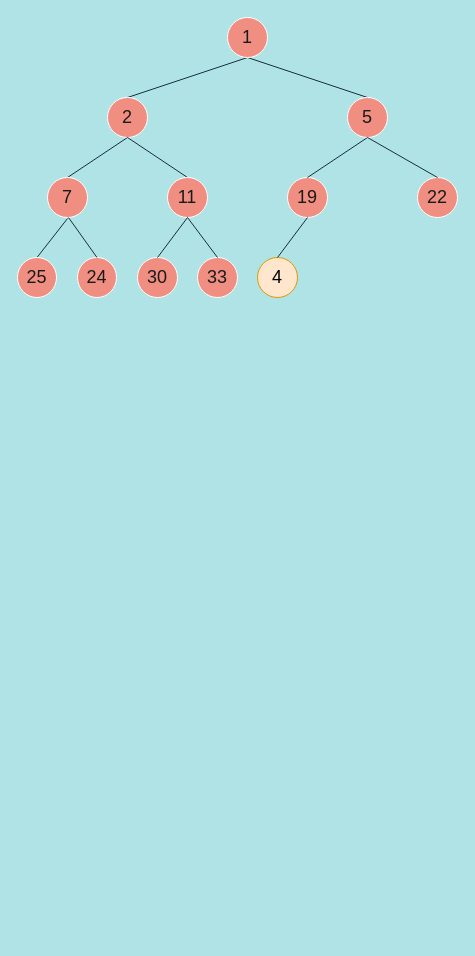
Christings/wechat keeps this draw.io diagram as page "Page-8" (8 of 8) of tree/tree.drawio. Above is the earlier version. Source tidied: cells renumbered, new cells numbered last; positions are measured from the earlier drawing's top-left corner, leaving out a move shared by most shapes. Both pictures are drawn from the tidied source at 100%, with x=0, y=0 at pixel (17, 17).
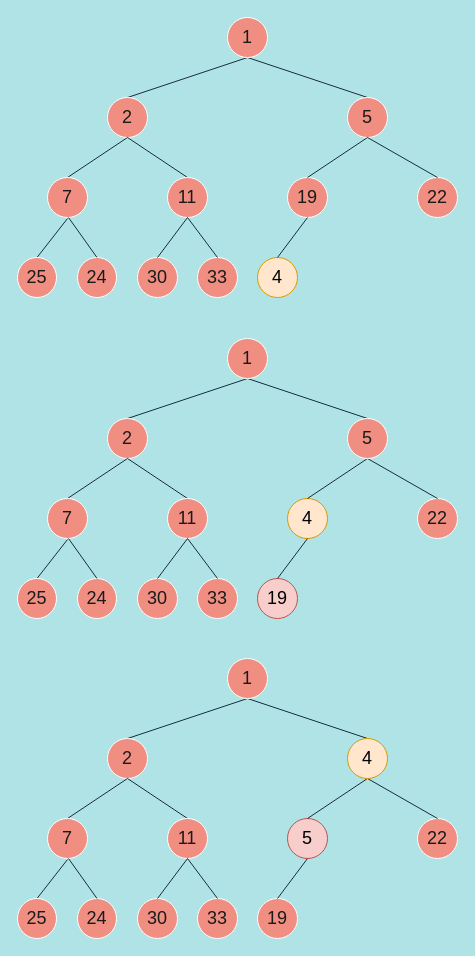
The same diagram, later.

The change refers to these unchanged cells:
```xml
<mxCell id="5" value="2" style="ellipse;whiteSpace=wrap;html=1;fontSize=18;fillColor=#F08E81;strokeColor=#FFFFFF;fontColor=#1A1A1A;rounded=1;" parent="1" vertex="1">
  <mxGeometry x="90" y="80" width="40" height="40" as="geometry" />
</mxCell>
<mxCell id="6" value="&lt;font style=&quot;font-size: 18px&quot;&gt;5&lt;/font&gt;" style="ellipse;whiteSpace=wrap;html=1;fontSize=18;fillColor=#F08E81;strokeColor=#FFFFFF;fontColor=#1A1A1A;rounded=1;" parent="1" vertex="1">
  <mxGeometry x="330" y="80" width="40" height="40" as="geometry" />
</mxCell>
<mxCell id="9" value="11" style="ellipse;whiteSpace=wrap;html=1;fontSize=18;fillColor=#F08E81;strokeColor=#FFFFFF;fontColor=#1A1A1A;rounded=1;" parent="1" vertex="1">
  <mxGeometry x="150" y="160" width="40" height="40" as="geometry" />
</mxCell>
<mxCell id="10" value="7" style="ellipse;whiteSpace=wrap;html=1;fontSize=18;fillColor=#F08E81;strokeColor=#FFFFFF;fontColor=#1A1A1A;rounded=1;" parent="1" vertex="1">
  <mxGeometry x="30" y="160" width="40" height="40" as="geometry" />
</mxCell>
<mxCell id="12" value="22" style="ellipse;whiteSpace=wrap;html=1;fontSize=18;fillColor=#F08E81;strokeColor=#FFFFFF;fontColor=#1A1A1A;rounded=1;" parent="1" vertex="1">
  <mxGeometry x="400" y="160" width="40" height="40" as="geometry" />
</mxCell>
<mxCell id="21" value="33" style="ellipse;whiteSpace=wrap;html=1;fontSize=18;fillColor=#F08E81;strokeColor=#FFFFFF;fontColor=#1A1A1A;rounded=1;" parent="1" vertex="1">
  <mxGeometry x="180" y="240" width="40" height="40" as="geometry" />
</mxCell>
```

The edit, as a diff of the source:
```diff
@@
-    <mxCell id="7" style="endArrow=none;html=1;exitX=0.5;exitY=0;exitDx=0;exitDy=0;fontSize=18;strokeColor=#182E3E;fontColor=#1A1A1A;labelBackgroundColor=#B0E3E6;entryX=0.5;entryY=1;entryDx=0;entryDy=0;" parent="1" edge="1" source="10" target="5">
+    <mxCell id="7" style="endArrow=none;html=1;exitX=0.5;exitY=0;exitDx=0;exitDy=0;fontSize=18;strokeColor=#182E3E;fontColor=#1A1A1A;entryX=0.5;entryY=1;entryDx=0;entryDy=0;labelBackgroundColor=#B0E3E6;" parent="1" edge="1" source="10" target="5">
       <mxGeometry relative="1" as="geometry" />
     </mxCell>
@@
-    <mxCell id="14" style="endArrow=none;html=1;exitX=0.5;exitY=0;exitDx=0;exitDy=0;fontSize=18;strokeColor=#182E3E;fontColor=#1A1A1A;labelBackgroundColor=#B0E3E6;entryX=0.5;entryY=1;entryDx=0;entryDy=0;" parent="1" edge="1" source="12" target="6">
+    <mxCell id="14" style="endArrow=none;html=1;exitX=0.5;exitY=0;exitDx=0;exitDy=0;fontSize=18;strokeColor=#182E3E;fontColor=#1A1A1A;entryX=0.5;entryY=1;entryDx=0;entryDy=0;labelBackgroundColor=#B0E3E6;" parent="1" edge="1" source="12" target="6">
       <mxGeometry relative="1" as="geometry" />
     </mxCell>
@@
-    <mxCell id="22" style="endArrow=none;html=1;exitX=0.5;exitY=0;exitDx=0;exitDy=0;fontSize=18;strokeColor=#182E3E;fontColor=#1A1A1A;labelBackgroundColor=#B0E3E6;entryX=0.5;entryY=1;entryDx=0;entryDy=0;" parent="1" edge="1" source="21" target="9">
+    <mxCell id="22" style="endArrow=none;html=1;exitX=0.5;exitY=0;exitDx=0;exitDy=0;fontSize=18;strokeColor=#182E3E;fontColor=#1A1A1A;entryX=0.5;entryY=1;entryDx=0;entryDy=0;labelBackgroundColor=#B0E3E6;" parent="1" edge="1" source="21" target="9">
       <mxGeometry relative="1" as="geometry" />
     </mxCell>
@@
+    <mxCell id="26" style="edgeStyle=orthogonalEdgeStyle;orthogonalLoop=1;jettySize=auto;html=1;exitX=0.5;exitY=1;exitDx=0;exitDy=0;fontSize=18;strokeColor=#182E3E;fontColor=#1A1A1A;labelBackgroundColor=#B0E3E6;" parent="1" edge="1">
+      <mxGeometry relative="1" as="geometry">
+        <mxPoint x="315" y="381" as="sourcePoint" />
+        <mxPoint x="315" y="381" as="targetPoint" />
+      </mxGeometry>
+    </mxCell>
+    <mxCell id="27" style="endArrow=none;html=1;exitX=0.5;exitY=0;exitDx=0;exitDy=0;entryX=0.5;entryY=1;entryDx=0;entryDy=0;fontSize=18;strokeColor=#182E3E;fontColor=#1A1A1A;labelBackgroundColor=#B0E3E6;" parent="1" edge="1" source="29" target="38">
+      <mxGeometry relative="1" as="geometry" />
+    </mxCell>
+    <mxCell id="28" style="endArrow=none;html=1;exitX=0.5;exitY=0;exitDx=0;exitDy=0;fontSize=18;strokeColor=#182E3E;fontColor=#1A1A1A;labelBackgroundColor=#B0E3E6;" parent="1" edge="1" source="49">
+      <mxGeometry relative="1" as="geometry">
+        <mxPoint x="230" y="361" as="targetPoint" />
+      </mxGeometry>
+    </mxCell>
+    <mxCell id="29" value="2" style="ellipse;whiteSpace=wrap;html=1;fontSize=18;fillColor=#F08E81;strokeColor=#FFFFFF;fontColor=#1A1A1A;rounded=1;" parent="1" vertex="1">
+      <mxGeometry x="90" y="401" width="40" height="40" as="geometry" />
+    </mxCell>
+    <mxCell id="30" style="endArrow=none;html=1;exitX=0.5;exitY=0;exitDx=0;exitDy=0;fontSize=18;strokeColor=#182E3E;fontColor=#1A1A1A;entryX=0.5;entryY=1;entryDx=0;entryDy=0;labelBackgroundColor=#B0E3E6;" parent="1" edge="1" source="33" target="29">
+      <mxGeometry relative="1" as="geometry" />
+    </mxCell>
+    <mxCell id="31" style="endArrow=none;html=1;entryX=0.5;entryY=1;entryDx=0;entryDy=0;exitX=0.5;exitY=0;exitDx=0;exitDy=0;fontSize=18;strokeColor=#182E3E;fontColor=#1A1A1A;labelBackgroundColor=#B0E3E6;" parent="1" edge="1" source="32" target="29">
+      <mxGeometry relative="1" as="geometry" />
+    </mxCell>
+    <mxCell id="32" value="11" style="ellipse;whiteSpace=wrap;html=1;fontSize=18;fillColor=#F08E81;strokeColor=#FFFFFF;fontColor=#1A1A1A;rounded=1;" parent="1" vertex="1">
+      <mxGeometry x="150" y="481" width="40" height="40" as="geometry" />
+    </mxCell>
+    <mxCell id="33" value="7" style="ellipse;whiteSpace=wrap;html=1;fontSize=18;fillColor=#F08E81;strokeColor=#FFFFFF;fontColor=#1A1A1A;rounded=1;" parent="1" vertex="1">
+      <mxGeometry x="30" y="481" width="40" height="40" as="geometry" />
+    </mxCell>
+    <mxCell id="34" value="4" style="ellipse;whiteSpace=wrap;html=1;fontSize=18;fillColor=#ffe6cc;strokeColor=#d79b00;rounded=1;" parent="1" vertex="1">
+      <mxGeometry x="270" y="481" width="40" height="40" as="geometry" />
+    </mxCell>
+    <mxCell id="35" value="22" style="ellipse;whiteSpace=wrap;html=1;fontSize=18;fillColor=#F08E81;strokeColor=#FFFFFF;fontColor=#1A1A1A;rounded=1;" parent="1" vertex="1">
+      <mxGeometry x="400" y="481" width="40" height="40" as="geometry" />
+    </mxCell>
+    <mxCell id="36" style="endArrow=none;html=1;entryX=0.5;entryY=1;entryDx=0;entryDy=0;exitX=0.5;exitY=0;exitDx=0;exitDy=0;fontSize=18;strokeColor=#182E3E;fontColor=#1A1A1A;labelBackgroundColor=#B0E3E6;" parent="1" edge="1" source="34" target="49">
+      <mxGeometry relative="1" as="geometry" />
+    </mxCell>
+    <mxCell id="37" style="endArrow=none;html=1;exitX=0.5;exitY=0;exitDx=0;exitDy=0;fontSize=18;strokeColor=#182E3E;fontColor=#1A1A1A;entryX=0.5;entryY=1;entryDx=0;entryDy=0;labelBackgroundColor=#B0E3E6;" parent="1" edge="1" source="35" target="49">
+      <mxGeometry relative="1" as="geometry" />
+    </mxCell>
+    <mxCell id="38" value="&lt;font style=&quot;font-size: 18px&quot;&gt;1&lt;/font&gt;" style="ellipse;whiteSpace=wrap;html=1;fontSize=18;fillColor=#F08E81;strokeColor=#FFFFFF;fontColor=#1A1A1A;rounded=1;" parent="1" vertex="1">
+      <mxGeometry x="210" y="321" width="40" height="40" as="geometry" />
+    </mxCell>
+    <mxCell id="39" style="endArrow=none;html=1;exitX=0.5;exitY=0;exitDx=0;exitDy=0;fontSize=18;strokeColor=#182E3E;fontColor=#1A1A1A;labelBackgroundColor=#B0E3E6;" parent="1" edge="1" source="40">
+      <mxGeometry relative="1" as="geometry">
+        <mxPoint x="50" y="522" as="targetPoint" />
+      </mxGeometry>
+    </mxCell>
+    <mxCell id="40" value="25" style="ellipse;whiteSpace=wrap;html=1;fontSize=18;fillColor=#F08E81;strokeColor=#FFFFFF;fontColor=#1A1A1A;rounded=1;" parent="1" vertex="1">
+      <mxGeometry y="561" width="39" height="40" as="geometry" />
+    </mxCell>
+    <mxCell id="41" value="24" style="ellipse;whiteSpace=wrap;html=1;fontSize=18;fillColor=#F08E81;strokeColor=#FFFFFF;fontColor=#1A1A1A;rounded=1;" parent="1" vertex="1">
+      <mxGeometry x="60" y="561" width="39" height="40" as="geometry" />
+    </mxCell>
+    <mxCell id="42" style="endArrow=none;html=1;entryX=0.5;entryY=1;entryDx=0;entryDy=0;exitX=0.5;exitY=0;exitDx=0;exitDy=0;fontSize=18;strokeColor=#182E3E;fontColor=#1A1A1A;labelBackgroundColor=#B0E3E6;" parent="1" edge="1" source="41">
+      <mxGeometry relative="1" as="geometry">
+        <mxPoint x="51" y="521" as="targetPoint" />
+      </mxGeometry>
+    </mxCell>
+    <mxCell id="43" value="30" style="ellipse;whiteSpace=wrap;html=1;fontSize=18;fillColor=#F08E81;strokeColor=#FFFFFF;fontColor=#1A1A1A;rounded=1;" parent="1" vertex="1">
+      <mxGeometry x="120" y="561" width="40" height="40" as="geometry" />
+    </mxCell>
+    <mxCell id="44" value="33" style="ellipse;whiteSpace=wrap;html=1;fontSize=18;fillColor=#F08E81;strokeColor=#FFFFFF;fontColor=#1A1A1A;rounded=1;" parent="1" vertex="1">
+      <mxGeometry x="180" y="561" width="40" height="40" as="geometry" />
+    </mxCell>
+    <mxCell id="45" style="endArrow=none;html=1;exitX=0.5;exitY=0;exitDx=0;exitDy=0;fontSize=18;strokeColor=#182E3E;fontColor=#1A1A1A;entryX=0.5;entryY=1;entryDx=0;entryDy=0;labelBackgroundColor=#B0E3E6;" parent="1" edge="1" source="44" target="32">
+      <mxGeometry relative="1" as="geometry" />
+    </mxCell>
+    <mxCell id="46" style="endArrow=none;html=1;exitX=0.5;exitY=0;exitDx=0;exitDy=0;fontSize=18;strokeColor=#182E3E;fontColor=#1A1A1A;labelBackgroundColor=#B0E3E6;" parent="1" edge="1" source="43">
+      <mxGeometry relative="1" as="geometry">
+        <mxPoint x="170" y="521" as="targetPoint" />
+      </mxGeometry>
+    </mxCell>
+    <mxCell id="47" value="19" style="ellipse;whiteSpace=wrap;html=1;fontSize=18;fillColor=#f8cecc;strokeColor=#b85450;rounded=1;" parent="1" vertex="1">
+      <mxGeometry x="240" y="561" width="40" height="40" as="geometry" />
+    </mxCell>
+    <mxCell id="48" style="endArrow=none;html=1;entryX=0.5;entryY=1;entryDx=0;entryDy=0;exitX=0.5;exitY=0;exitDx=0;exitDy=0;fontSize=18;strokeColor=#182E3E;fontColor=#1A1A1A;labelBackgroundColor=#B0E3E6;" parent="1" edge="1" target="34">
+      <mxGeometry relative="1" as="geometry">
+        <mxPoint x="260" y="561" as="sourcePoint" />
+      </mxGeometry>
+    </mxCell>
+    <mxCell id="49" value="&lt;font style=&quot;font-size: 18px&quot;&gt;5&lt;/font&gt;" style="ellipse;whiteSpace=wrap;html=1;fontSize=18;fillColor=#F08E81;strokeColor=#FFFFFF;fontColor=#1A1A1A;rounded=1;" parent="1" vertex="1">
+      <mxGeometry x="330" y="401" width="40" height="40" as="geometry" />
+    </mxCell>
+    <mxCell id="50" style="edgeStyle=orthogonalEdgeStyle;orthogonalLoop=1;jettySize=auto;html=1;exitX=0.5;exitY=1;exitDx=0;exitDy=0;fontSize=18;strokeColor=#182E3E;fontColor=#1A1A1A;labelBackgroundColor=#B0E3E6;" parent="1" edge="1">
+      <mxGeometry relative="1" as="geometry">
+        <mxPoint x="315" y="701" as="sourcePoint" />
+        <mxPoint x="315" y="701" as="targetPoint" />
+      </mxGeometry>
+    </mxCell>
+    <mxCell id="51" style="endArrow=none;html=1;exitX=0.5;exitY=0;exitDx=0;exitDy=0;entryX=0.5;entryY=1;entryDx=0;entryDy=0;fontSize=18;strokeColor=#182E3E;fontColor=#1A1A1A;labelBackgroundColor=#B0E3E6;" parent="1" edge="1" source="53" target="62">
+      <mxGeometry relative="1" as="geometry" />
+    </mxCell>
+    <mxCell id="52" style="endArrow=none;html=1;exitX=0.5;exitY=0;exitDx=0;exitDy=0;fontSize=18;strokeColor=#182E3E;fontColor=#1A1A1A;labelBackgroundColor=#B0E3E6;" parent="1" edge="1" source="73">
+      <mxGeometry relative="1" as="geometry">
+        <mxPoint x="230" y="681" as="targetPoint" />
+      </mxGeometry>
+    </mxCell>
+    <mxCell id="53" value="2" style="ellipse;whiteSpace=wrap;html=1;fontSize=18;fillColor=#F08E81;strokeColor=#FFFFFF;fontColor=#1A1A1A;rounded=1;" parent="1" vertex="1">
+      <mxGeometry x="90" y="721" width="40" height="40" as="geometry" />
+    </mxCell>
+    <mxCell id="54" style="endArrow=none;html=1;exitX=0.5;exitY=0;exitDx=0;exitDy=0;fontSize=18;strokeColor=#182E3E;fontColor=#1A1A1A;entryX=0.5;entryY=1;entryDx=0;entryDy=0;labelBackgroundColor=#B0E3E6;" parent="1" edge="1" source="57" target="53">
+      <mxGeometry relative="1" as="geometry" />
+    </mxCell>
+    <mxCell id="55" style="endArrow=none;html=1;entryX=0.5;entryY=1;entryDx=0;entryDy=0;exitX=0.5;exitY=0;exitDx=0;exitDy=0;fontSize=18;strokeColor=#182E3E;fontColor=#1A1A1A;labelBackgroundColor=#B0E3E6;" parent="1" edge="1" source="56" target="53">
+      <mxGeometry relative="1" as="geometry" />
+    </mxCell>
+    <mxCell id="56" value="11" style="ellipse;whiteSpace=wrap;html=1;fontSize=18;fillColor=#F08E81;strokeColor=#FFFFFF;fontColor=#1A1A1A;rounded=1;" parent="1" vertex="1">
+      <mxGeometry x="150" y="801" width="40" height="40" as="geometry" />
+    </mxCell>
+    <mxCell id="57" value="7" style="ellipse;whiteSpace=wrap;html=1;fontSize=18;fillColor=#F08E81;strokeColor=#FFFFFF;fontColor=#1A1A1A;rounded=1;" parent="1" vertex="1">
+      <mxGeometry x="30" y="801" width="40" height="40" as="geometry" />
+    </mxCell>
+    <mxCell id="58" value="5" style="ellipse;whiteSpace=wrap;html=1;fontSize=18;fillColor=#f8cecc;strokeColor=#b85450;rounded=1;" parent="1" vertex="1">
+      <mxGeometry x="270" y="801" width="40" height="40" as="geometry" />
+    </mxCell>
+    <mxCell id="59" value="22" style="ellipse;whiteSpace=wrap;html=1;fontSize=18;fillColor=#F08E81;strokeColor=#FFFFFF;fontColor=#1A1A1A;rounded=1;" parent="1" vertex="1">
+      <mxGeometry x="400" y="801" width="40" height="40" as="geometry" />
+    </mxCell>
+    <mxCell id="60" style="endArrow=none;html=1;entryX=0.5;entryY=1;entryDx=0;entryDy=0;exitX=0.5;exitY=0;exitDx=0;exitDy=0;fontSize=18;strokeColor=#182E3E;fontColor=#1A1A1A;labelBackgroundColor=#B0E3E6;" parent="1" edge="1" source="58" target="73">
+      <mxGeometry relative="1" as="geometry" />
+    </mxCell>
+    <mxCell id="61" style="endArrow=none;html=1;exitX=0.5;exitY=0;exitDx=0;exitDy=0;fontSize=18;strokeColor=#182E3E;fontColor=#1A1A1A;entryX=0.5;entryY=1;entryDx=0;entryDy=0;labelBackgroundColor=#B0E3E6;" parent="1" edge="1" source="59" target="73">
+      <mxGeometry relative="1" as="geometry" />
+    </mxCell>
+    <mxCell id="62" value="&lt;font style=&quot;font-size: 18px&quot;&gt;1&lt;/font&gt;" style="ellipse;whiteSpace=wrap;html=1;fontSize=18;fillColor=#F08E81;strokeColor=#FFFFFF;fontColor=#1A1A1A;rounded=1;" parent="1" vertex="1">
+      <mxGeometry x="210" y="641" width="40" height="40" as="geometry" />
+    </mxCell>
+    <mxCell id="63" style="endArrow=none;html=1;exitX=0.5;exitY=0;exitDx=0;exitDy=0;fontSize=18;strokeColor=#182E3E;fontColor=#1A1A1A;labelBackgroundColor=#B0E3E6;" parent="1" edge="1" source="64">
+      <mxGeometry relative="1" as="geometry">
+        <mxPoint x="50" y="842" as="targetPoint" />
+      </mxGeometry>
+    </mxCell>
+    <mxCell id="64" value="25" style="ellipse;whiteSpace=wrap;html=1;fontSize=18;fillColor=#F08E81;strokeColor=#FFFFFF;fontColor=#1A1A1A;rounded=1;" parent="1" vertex="1">
+      <mxGeometry y="881" width="39" height="40" as="geometry" />
+    </mxCell>
+    <mxCell id="65" value="24" style="ellipse;whiteSpace=wrap;html=1;fontSize=18;fillColor=#F08E81;strokeColor=#FFFFFF;fontColor=#1A1A1A;rounded=1;" parent="1" vertex="1">
+      <mxGeometry x="60" y="881" width="39" height="40" as="geometry" />
+    </mxCell>
+    <mxCell id="66" style="endArrow=none;html=1;entryX=0.5;entryY=1;entryDx=0;entryDy=0;exitX=0.5;exitY=0;exitDx=0;exitDy=0;fontSize=18;strokeColor=#182E3E;fontColor=#1A1A1A;labelBackgroundColor=#B0E3E6;" parent="1" edge="1" source="65">
+      <mxGeometry relative="1" as="geometry">
+        <mxPoint x="51" y="841" as="targetPoint" />
+      </mxGeometry>
+    </mxCell>
+    <mxCell id="67" value="30" style="ellipse;whiteSpace=wrap;html=1;fontSize=18;fillColor=#F08E81;strokeColor=#FFFFFF;fontColor=#1A1A1A;rounded=1;" parent="1" vertex="1">
+      <mxGeometry x="120" y="881" width="40" height="40" as="geometry" />
+    </mxCell>
+    <mxCell id="68" value="33" style="ellipse;whiteSpace=wrap;html=1;fontSize=18;fillColor=#F08E81;strokeColor=#FFFFFF;fontColor=#1A1A1A;rounded=1;" parent="1" vertex="1">
+      <mxGeometry x="180" y="881" width="40" height="40" as="geometry" />
+    </mxCell>
+    <mxCell id="69" style="endArrow=none;html=1;exitX=0.5;exitY=0;exitDx=0;exitDy=0;fontSize=18;strokeColor=#182E3E;fontColor=#1A1A1A;entryX=0.5;entryY=1;entryDx=0;entryDy=0;labelBackgroundColor=#B0E3E6;" parent="1" edge="1" source="68" target="56">
+      <mxGeometry relative="1" as="geometry" />
+    </mxCell>
+    <mxCell id="70" style="endArrow=none;html=1;exitX=0.5;exitY=0;exitDx=0;exitDy=0;fontSize=18;strokeColor=#182E3E;fontColor=#1A1A1A;labelBackgroundColor=#B0E3E6;" parent="1" edge="1" source="67">
+      <mxGeometry relative="1" as="geometry">
+        <mxPoint x="170" y="841" as="targetPoint" />
+      </mxGeometry>
+    </mxCell>
+    <mxCell id="71" value="19" style="ellipse;whiteSpace=wrap;html=1;fontSize=18;fillColor=#F08E81;strokeColor=#FFFFFF;rounded=1;fontColor=#1A1A1A;" parent="1" vertex="1">
+      <mxGeometry x="240" y="881" width="40" height="40" as="geometry" />
+    </mxCell>
+    <mxCell id="72" style="endArrow=none;html=1;entryX=0.5;entryY=1;entryDx=0;entryDy=0;exitX=0.5;exitY=0;exitDx=0;exitDy=0;fontSize=18;strokeColor=#182E3E;fontColor=#1A1A1A;labelBackgroundColor=#B0E3E6;" parent="1" edge="1" target="58">
+      <mxGeometry relative="1" as="geometry">
+        <mxPoint x="260" y="881" as="sourcePoint" />
+      </mxGeometry>
+    </mxCell>
+    <mxCell id="73" value="&lt;font style=&quot;font-size: 18px&quot;&gt;4&lt;/font&gt;" style="ellipse;whiteSpace=wrap;html=1;fontSize=18;fillColor=#ffe6cc;strokeColor=#d79b00;rounded=1;" parent="1" vertex="1">
+      <mxGeometry x="330" y="721" width="40" height="40" as="geometry" />
+    </mxCell>
```
